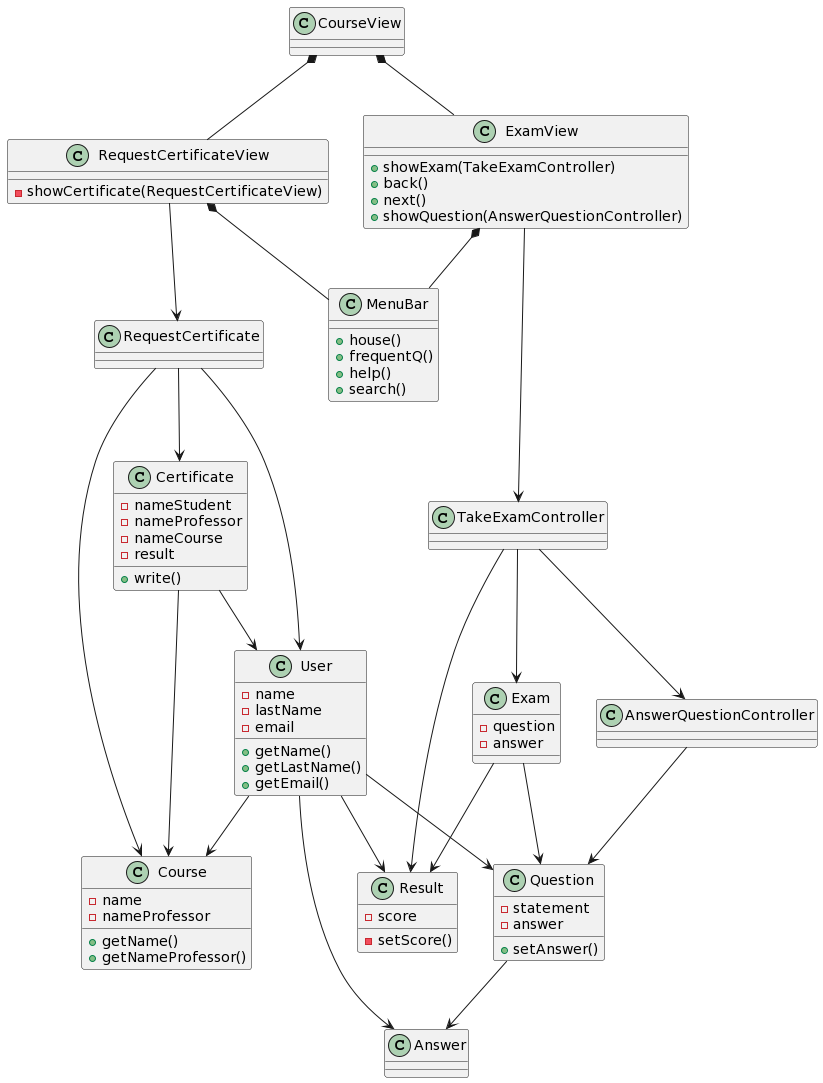
The PlantUML diagram docs/logicalView/analysisView/architectureAnalysis/DiagramaDeClases/DiagramaDeClasesGenerales.png in Carverz/IS-022023_Proyecto-Grupo-4, before a commit.
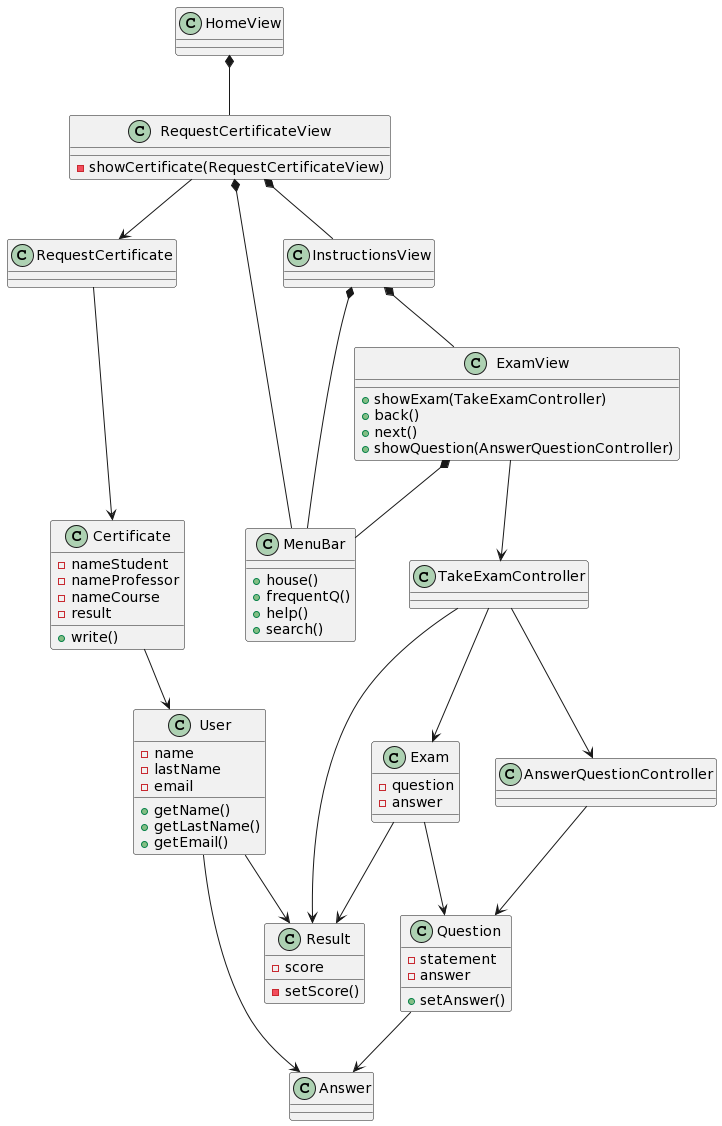
The same diagram one commit later.

Change to the diagram source:
```diff
@@ -1,5 +1,5 @@
 @startuml
-class CourseView {}
+class HomeView {}
 
 class Result
 {
@@ -17,6 +17,10 @@
     +getEmail()
 }
 
+class InstructionsView{
+
+}
+
 class Exam
 {
     -question
@@ -30,13 +34,9 @@
     +setAnswer()
 }
 
-class AnswerQuestionController{
-}
+class AnswerQuestionController{}
 
-class TakeExamController
-{
-
-}
+class TakeExamController{}
 
 class ExamView
 {
@@ -46,13 +46,6 @@
     +showQuestion(AnswerQuestionController)
 }
 
-class Course
-{
-    -name
-    -nameProfessor
-    +getName()
-    +getNameProfessor()
-    }
 
 class Certificate
 {
@@ -69,26 +62,22 @@
 {
     -showCertificate(RequestCertificateView)
 }
-class Answer{
-}
+class Answer{}
 
 class MenuBar{
 +house()
 +frequentQ()
 +help()
 +search()
+}
 
-}
-CourseView *-- RequestCertificateView
-CourseView *-- ExamView
+HomeView *-- RequestCertificateView
+InstructionsView *-- ExamView
+RequestCertificateView  *--InstructionsView
 RequestCertificateView-->RequestCertificate
 ExamView --> TakeExamController
 TakeExamController--> AnswerQuestionController
-RequestCertificate--> User
-RequestCertificate--> Course
 RequestCertificate-->Certificate
-User --> Course
-Certificate --> Course
 Certificate --> User
 
 TakeExamController--> Exam
@@ -97,9 +86,9 @@
 Exam --> Question
 Exam --> Result
 User --> Result
-User --> Question
 User --> Answer
 Question --> Answer
 ExamView *-- MenuBar
 RequestCertificateView *-- MenuBar
+InstructionsView *-- MenuBar
 @enduml
```
